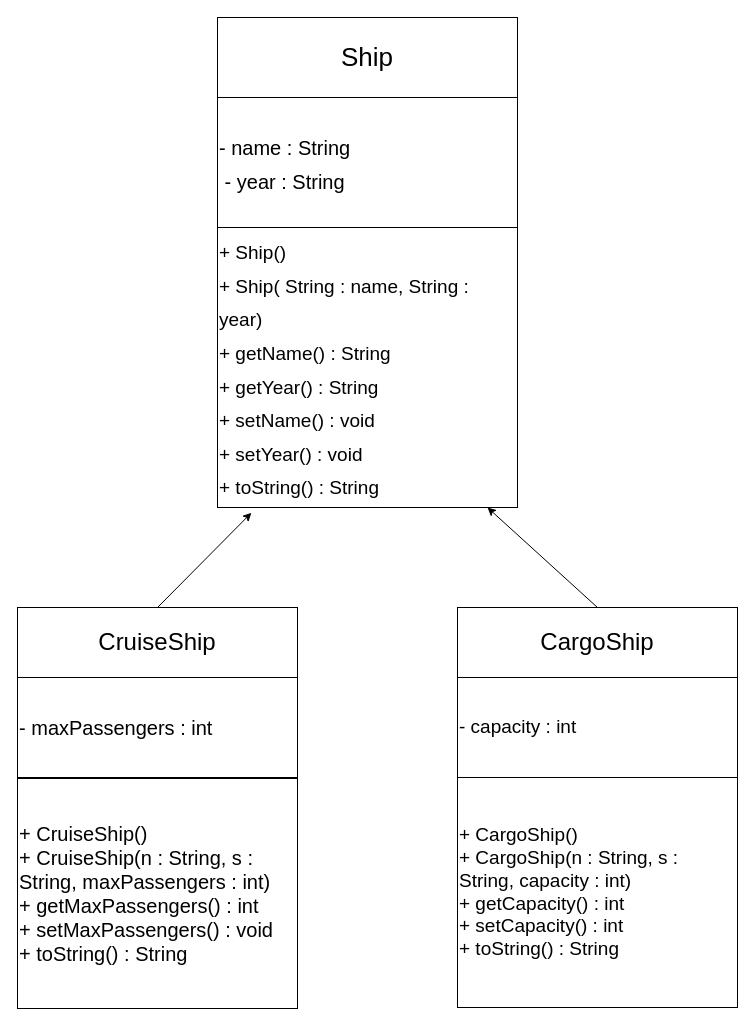
Before: Labs/Lab3/SmallInheritance.drawio in conor7276/CSC-330, a draw.io diagram. Source tidied: cells renumbered, new cells numbered last; positions are measured from the earlier drawing's top-left corner, leaving out a move shared by most shapes. Both pictures are drawn from the tidied source at 100%, with x=0, y=0 at pixel (17, 17).
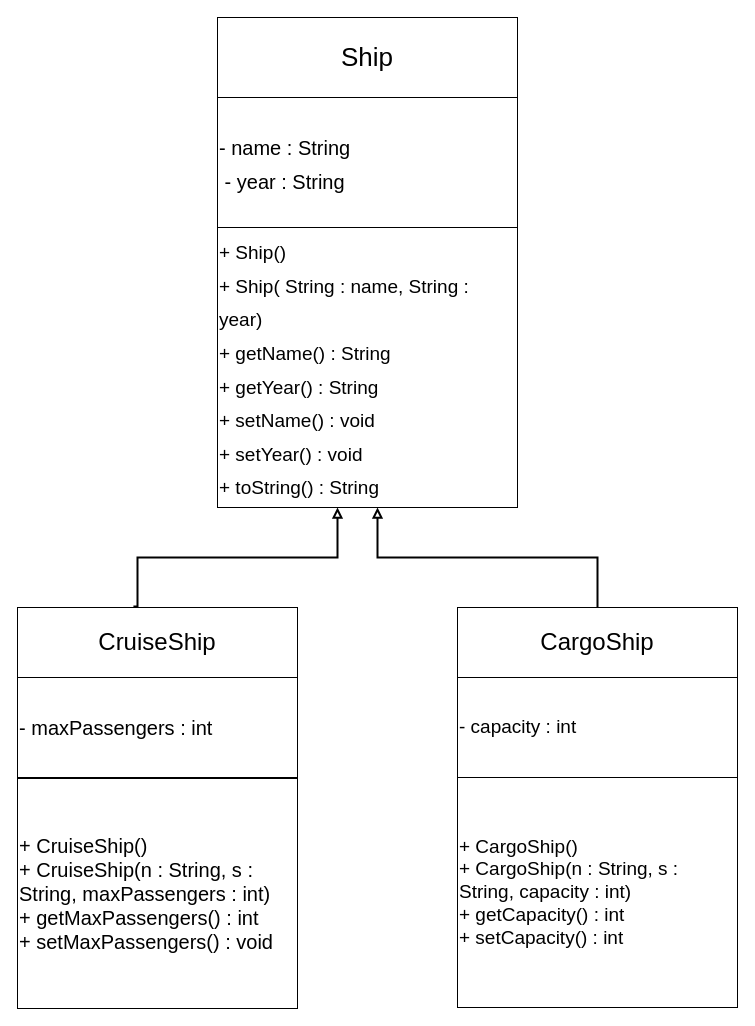
The same diagram, later.

Diff of the diagram source:
```diff
@@
 <mxGraphModel>
   <root>
     <mxCell id="0" />
     <mxCell id="1" parent="0" />
     <mxCell id="2" value="&lt;font style=&quot;font-size: 26px;&quot;&gt;Ship&lt;/font&gt;" style="rounded=0;whiteSpace=wrap;html=1;" parent="1" vertex="1">
       <mxGeometry x="200" width="300" height="80" as="geometry" />
     </mxCell>
     <mxCell id="3" value="&lt;font style=&quot;font-size: 20px;&quot;&gt;- name : String&lt;br&gt;&amp;nbsp;- year : String&lt;/font&gt;" style="rounded=0;whiteSpace=wrap;html=1;fontSize=28;align=left;" parent="1" vertex="1">
       <mxGeometry x="200" y="80" width="300" height="130" as="geometry" />
     </mxCell>
     <mxCell id="4" value="&lt;font style=&quot;font-size: 19px;&quot;&gt;+ Ship()&lt;br&gt;+ Ship( String : name, String : year)&lt;br&gt;+ getName() : String&lt;br&gt;+ getYear() : String&lt;br&gt;+ setName() : void&lt;br&gt;+ setYear() : void&lt;br&gt;+ toString() : String&lt;br&gt;&lt;/font&gt;" style="rounded=0;whiteSpace=wrap;html=1;fontSize=28;align=left;" parent="1" vertex="1">
       <mxGeometry x="200" y="210" width="300" height="280" as="geometry" />
     </mxCell>
     <mxCell id="5" value="&lt;font style=&quot;font-size: 24px;&quot;&gt;CruiseShip&lt;/font&gt;" style="rounded=0;whiteSpace=wrap;html=1;fontSize=16;" parent="1" vertex="1">
       <mxGeometry y="590" width="280" height="70" as="geometry" />
     </mxCell>
     <mxCell id="6" value="&lt;font style=&quot;font-size: 20px;&quot;&gt;- maxPassengers : int&lt;/font&gt;" style="rounded=0;whiteSpace=wrap;html=1;fontSize=24;align=left;" parent="1" vertex="1">
       <mxGeometry y="660" width="280" height="100" as="geometry" />
     </mxCell>
-    <mxCell id="7" value="+ CruiseShip()&lt;br&gt;+ CruiseShip(n : String, s : String, maxPassengers : int)&lt;br&gt;+ getMaxPassengers() : int&lt;br&gt;+ setMaxPassengers() : void&amp;nbsp;&lt;br&gt;+ toString() : String" style="rounded=0;whiteSpace=wrap;html=1;fontSize=20;align=left;" parent="1" vertex="1">
+    <mxCell id="7" value="+ CruiseShip()&lt;br&gt;+ CruiseShip(n : String, s : String, maxPassengers : int)&lt;br&gt;+ getMaxPassengers() : int&lt;br&gt;+ setMaxPassengers() : void&amp;nbsp;&lt;br&gt;" style="rounded=0;whiteSpace=wrap;html=1;fontSize=20;align=left;" parent="1" vertex="1">
       <mxGeometry y="761" width="280" height="230" as="geometry" />
     </mxCell>
-    <mxCell id="8" style="endArrow=classic;html=1;rounded=0;fontSize=19;exitX=0.5;exitY=0;exitDx=0;exitDy=0;entryX=0.113;entryY=1.019;entryDx=0;entryDy=0;entryPerimeter=0;" parent="1" edge="1" source="5" target="4">
-      <mxGeometry relative="1" as="geometry" />
-    </mxCell>
     <mxCell id="9" value="&lt;span style=&quot;font-size: 24px;&quot;&gt;CargoShip&lt;/span&gt;" style="rounded=0;whiteSpace=wrap;html=1;fontSize=16;" parent="1" vertex="1">
       <mxGeometry x="440" y="590" width="280" height="70" as="geometry" />
     </mxCell>
     <mxCell id="10" value="- capacity : int" style="rounded=0;whiteSpace=wrap;html=1;fontSize=19;align=left;" parent="1" vertex="1">
       <mxGeometry x="440" y="660" width="280" height="100" as="geometry" />
     </mxCell>
-    <mxCell id="11" value="+ CargoShip()&lt;br&gt;+ CargoShip(n : String, s : String, capacity : int)&lt;br&gt;+ getCapacity() : int&lt;br&gt;+ setCapacity() : int&lt;br&gt;+ toString() : String" style="rounded=0;whiteSpace=wrap;html=1;fontSize=19;align=left;" parent="1" vertex="1">
+    <mxCell id="11" value="+ CargoShip()&lt;br&gt;+ CargoShip(n : String, s : String, capacity : int)&lt;br&gt;+ getCapacity() : int&lt;br&gt;+ setCapacity() : int&lt;br&gt;" style="rounded=0;whiteSpace=wrap;html=1;fontSize=19;align=left;" parent="1" vertex="1">
       <mxGeometry x="440" y="760" width="280" height="230" as="geometry" />
     </mxCell>
-    <mxCell id="12" style="endArrow=classic;html=1;rounded=0;fontSize=19;exitX=0.5;exitY=0;exitDx=0;exitDy=0;" parent="1" edge="1" source="9">
-      <mxGeometry relative="1" as="geometry">
-        <mxPoint x="470" y="490" as="targetPoint" />
-      </mxGeometry>
-    </mxCell>
+    <mxCell id="13" style="endArrow=block;html=1;rounded=0;edgeStyle=orthogonalEdgeStyle;exitX=0.414;exitY=-0.014;exitDx=0;exitDy=0;exitPerimeter=0;endFill=0;strokeWidth=2;" parent="1" edge="1" source="5">
+      <mxGeometry relative="1" as="geometry">
+        <mxPoint x="320" y="490" as="targetPoint" />
+        <Array as="points">
+          <mxPoint x="120" y="589" />
+          <mxPoint x="120" y="540" />
+          <mxPoint x="320" y="540" />
+          <mxPoint x="320" y="490" />
+        </Array>
+      </mxGeometry>
+    </mxCell>
+    <mxCell id="14" style="endArrow=block;html=1;rounded=0;edgeStyle=orthogonalEdgeStyle;exitX=0.5;exitY=0;exitDx=0;exitDy=0;endFill=0;strokeWidth=2;" parent="1" edge="1" source="9" target="4">
+      <mxGeometry relative="1" as="geometry">
+        <Array as="points">
+          <mxPoint x="580" y="540" />
+          <mxPoint x="360" y="540" />
+        </Array>
+      </mxGeometry>
+    </mxCell>
   </root>
 </mxGraphModel>
```
